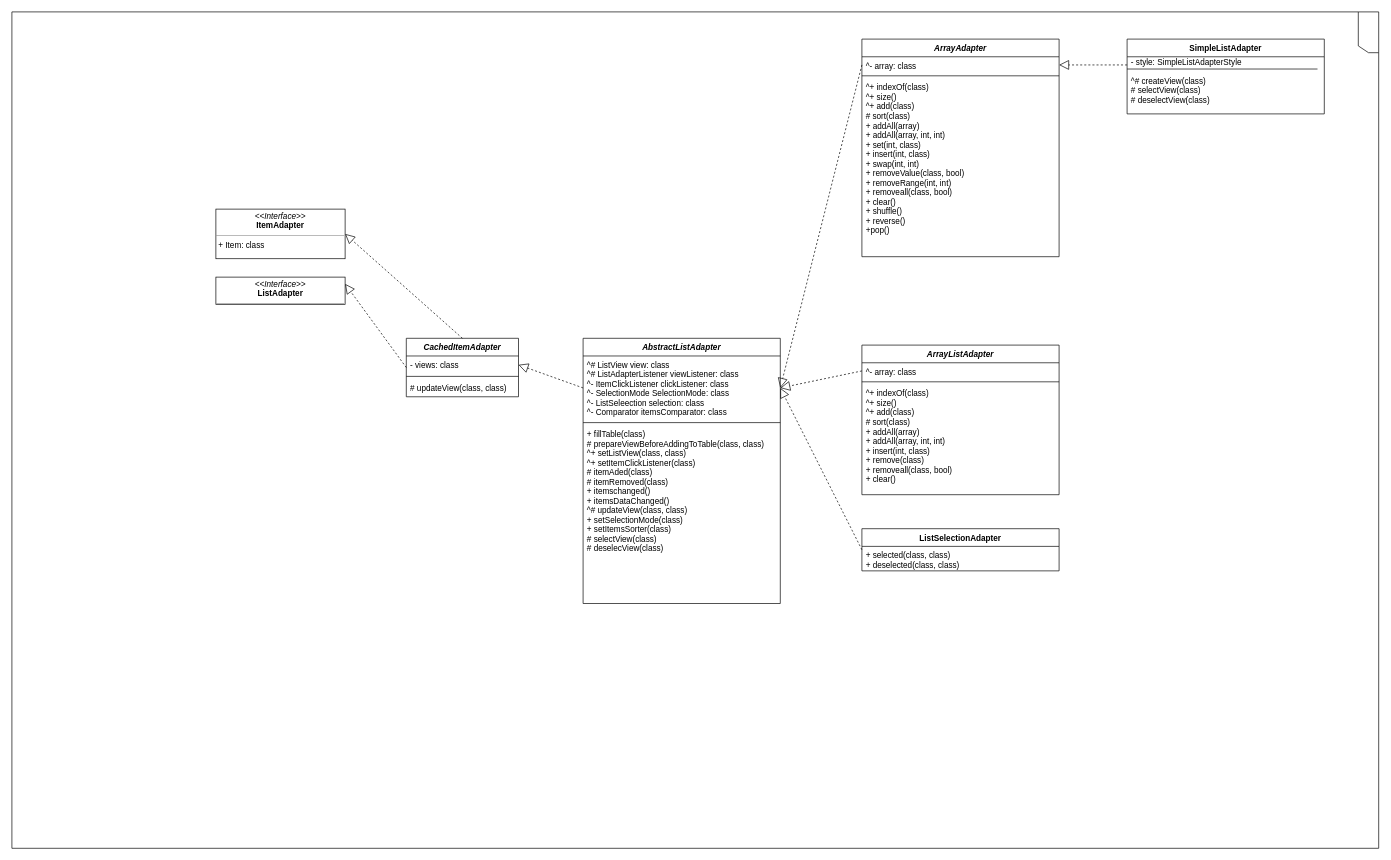
Above: Assignment 02/Untitled Diagram.drawio in Mongobob/swc-group45 (draw.io), before the change. Source tidied: cells renumbered, new cells numbered last; positions are measured from the earlier drawing's top-left corner, leaving out a move shared by most shapes. Both pictures are drawn from the tidied source at 68%, with x=0, y=0 at pixel (12, 12).
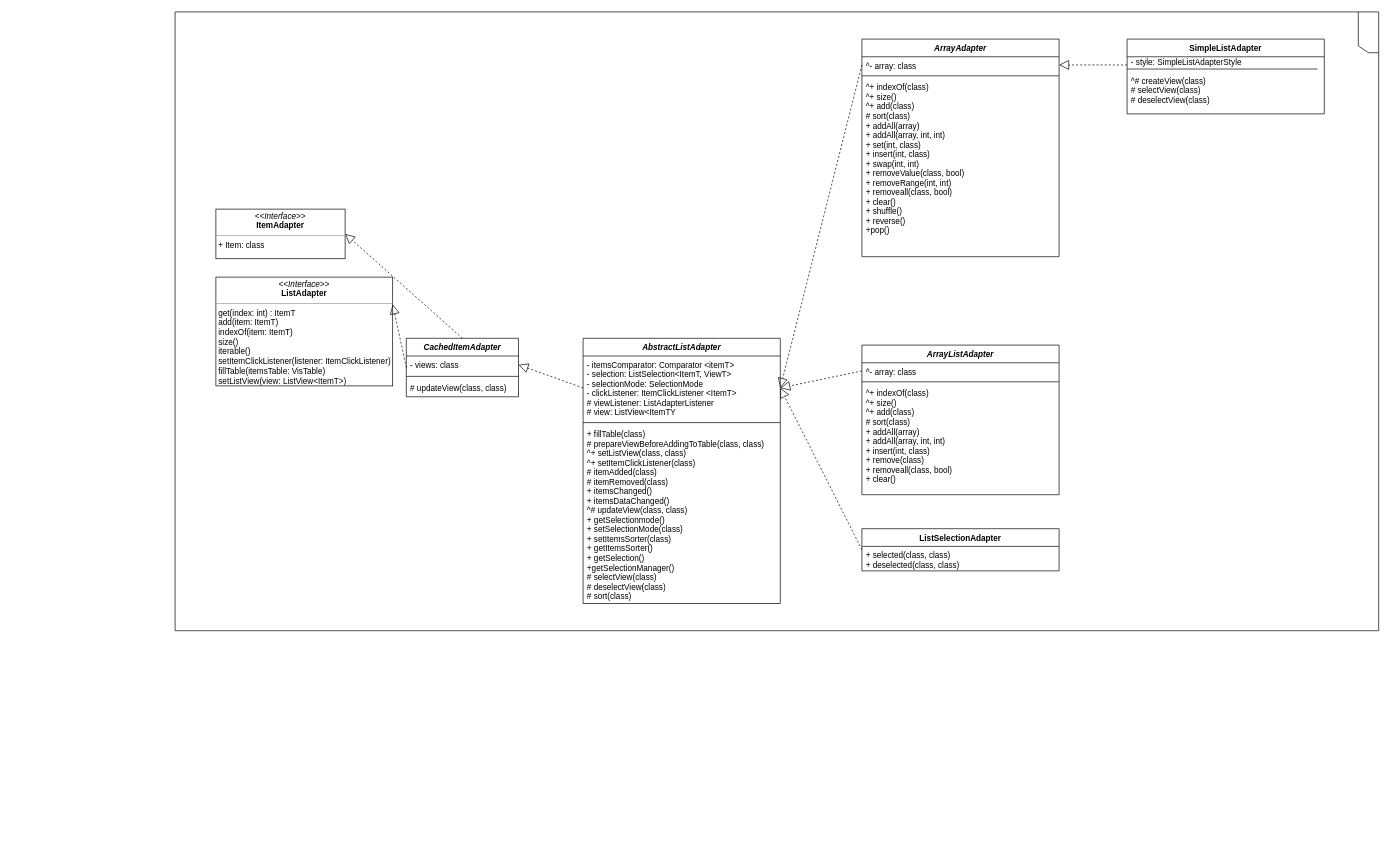
Above is the later version.

Unchanged cells that the change refers to:
```xml
<mxCell id="16" value="AbstractListAdapter" style="swimlane;fontStyle=3;align=center;verticalAlign=top;horizontal=1;startSize=26;" parent="1" vertex="1">
  <mxGeometry x="840" y="480" width="290" height="390" as="geometry" />
</mxCell>
```

The edit, as a diff of the source:
```diff
@@
     <mxCell id="6" style="shape=umlFrame;whiteSpace=wrap;html=1;rounded=0;shadow=0;comic=0;labelBackgroundColor=none;strokeWidth=1;fontFamily=Verdana;fontSize=10;align=center;direction=south;" parent="1" vertex="1">
-      <mxGeometry width="2010" height="1230" as="geometry" />
+      <mxGeometry x="240" width="1770" height="910" as="geometry" />
     </mxCell>
@@
-    <mxCell id="13" value="&lt;p style=&quot;margin: 0px ; margin-top: 4px ; text-align: center&quot;&gt;&lt;i&gt;&amp;lt;&amp;lt;Interface&amp;gt;&amp;gt;&lt;/i&gt;&lt;br&gt;&lt;b&gt;ListAdapter&lt;/b&gt;&lt;/p&gt;&lt;hr size=&quot;1&quot;&gt;&lt;p style=&quot;margin: 0px ; margin-left: 4px&quot;&gt;&lt;/p&gt;&lt;p style=&quot;margin: 0px ; margin-left: 4px&quot;&gt;&lt;br&gt;&lt;/p&gt;&lt;p style=&quot;margin: 0px ; margin-left: 4px&quot;&gt;&lt;br&gt;&lt;/p&gt;" style="verticalAlign=top;align=left;overflow=fill;fontSize=12;fontFamily=Helvetica;html=1;rounded=0;shadow=0;comic=0;labelBackgroundColor=none;strokeWidth=1;" parent="1" vertex="1">
-      <mxGeometry x="300" y="390" width="190" height="40" as="geometry" />
+    <mxCell id="13" value="&lt;p style=&quot;margin: 0px ; margin-top: 4px ; text-align: center&quot;&gt;&lt;i&gt;&amp;lt;&amp;lt;Interface&amp;gt;&amp;gt;&lt;/i&gt;&lt;br&gt;&lt;b&gt;ListAdapter&lt;/b&gt;&lt;/p&gt;&lt;hr size=&quot;1&quot;&gt;&lt;p style=&quot;margin: 0px ; margin-left: 4px&quot;&gt;&lt;/p&gt;&lt;p style=&quot;margin: 0px ; margin-left: 4px&quot;&gt;get(index: int) : ItemT&lt;/p&gt;&lt;p style=&quot;margin: 0px ; margin-left: 4px&quot;&gt;add(item: ItemT)&lt;/p&gt;&lt;p style=&quot;margin: 0px ; margin-left: 4px&quot;&gt;indexOf(item: ItemT)&lt;/p&gt;&lt;p style=&quot;margin: 0px ; margin-left: 4px&quot;&gt;size()&lt;/p&gt;&lt;p style=&quot;margin: 0px ; margin-left: 4px&quot;&gt;iterable()&lt;/p&gt;&lt;p style=&quot;margin: 0px ; margin-left: 4px&quot;&gt;setItemClickListener(listener: ItemClickListener)&lt;/p&gt;&lt;p style=&quot;margin: 0px ; margin-left: 4px&quot;&gt;fillTable(itemsTable: VisTable)&lt;/p&gt;&lt;p style=&quot;margin: 0px ; margin-left: 4px&quot;&gt;setListView(view: ListView&amp;lt;ItemT&amp;gt;)&lt;/p&gt;&lt;p style=&quot;margin: 0px ; margin-left: 4px&quot;&gt;&lt;br&gt;&lt;/p&gt;" style="verticalAlign=top;align=left;overflow=fill;fontSize=12;fontFamily=Helvetica;html=1;rounded=0;shadow=0;comic=0;labelBackgroundColor=none;strokeWidth=1;" parent="1" vertex="1">
+      <mxGeometry x="300" y="390" width="260" height="160" as="geometry" />
     </mxCell>
@@
-    <mxCell id="17" value="^# ListView view: class&#10;^# ListAdapterListener viewListener: class&#10;^- ItemClickListener clickListener: class&#10;^- SelectionMode SelectionMode: class&#10;^- ListSeleection selection: class&#10;^- Comparator itemsComparator: class&#10;" style="text;strokeColor=none;fillColor=none;align=left;verticalAlign=top;spacingLeft=4;spacingRight=4;overflow=hidden;points=[[0,0.5],[1,0.5]];portConstraint=eastwest;" parent="16" vertex="1">
+    <mxCell id="17" value="- itemsComparator: Comparator &lt;itemT&gt;&#10;- selection: ListSelection&lt;ItemT, ViewT&gt;&#10;- selectionMode: SelectionMode&#10;- clickListener: ItemClickListener &lt;ItemT&gt;&#10;# viewListener: ListAdapterListener&#10;# view: ListView&lt;ItemTY" style="text;strokeColor=none;fillColor=none;align=left;verticalAlign=top;spacingLeft=4;spacingRight=4;overflow=hidden;points=[[0,0.5],[1,0.5]];portConstraint=eastwest;" parent="16" vertex="1">
       <mxGeometry y="26" width="290" height="94" as="geometry" />
     </mxCell>
@@
-    <mxCell id="19" value="+ fillTable(class)&#10;# prepareViewBeforeAddingToTable(class, class)&#10;^+ setListView(class, class)&#10;^+ setItemClickListener(class)&#10;# itemAded(class)&#10;# itemRemoved(class)&#10;+ itemschanged()&#10;+ itemsDataChanged()&#10;^# updateView(class, class)&#10;+ setSelectionMode(class)&#10;+ setItemsSorter(class)&#10;# selectView(class)&#10;# deselecView(class)&#10;" style="text;strokeColor=none;fillColor=none;align=left;verticalAlign=top;spacingLeft=4;spacingRight=4;overflow=hidden;" parent="16" vertex="1">
+    <mxCell id="19" value="+ fillTable(class)&#10;# prepareViewBeforeAddingToTable(class, class)&#10;^+ setListView(class, class)&#10;^+ setItemClickListener(class)&#10;# itemAdded(class)&#10;# itemRemoved(class)&#10;+ itemsChanged()&#10;+ itemsDataChanged()&#10;^# updateView(class, class)&#10;+ getSelectionmode()&#10;+ setSelectionMode(class)&#10;+ setItemsSorter(class)&#10;+ getItemsSorter()&#10;+ getSelection()&#10;+getSelectionManager()&#10;# selectView(class)&#10;# deselectView(class)&#10;# sort(class)&#10;" style="text;strokeColor=none;fillColor=none;align=left;verticalAlign=top;spacingLeft=4;spacingRight=4;overflow=hidden;" parent="16" vertex="1">
       <mxGeometry y="128" width="290" height="262" as="geometry" />
     </mxCell>
```
